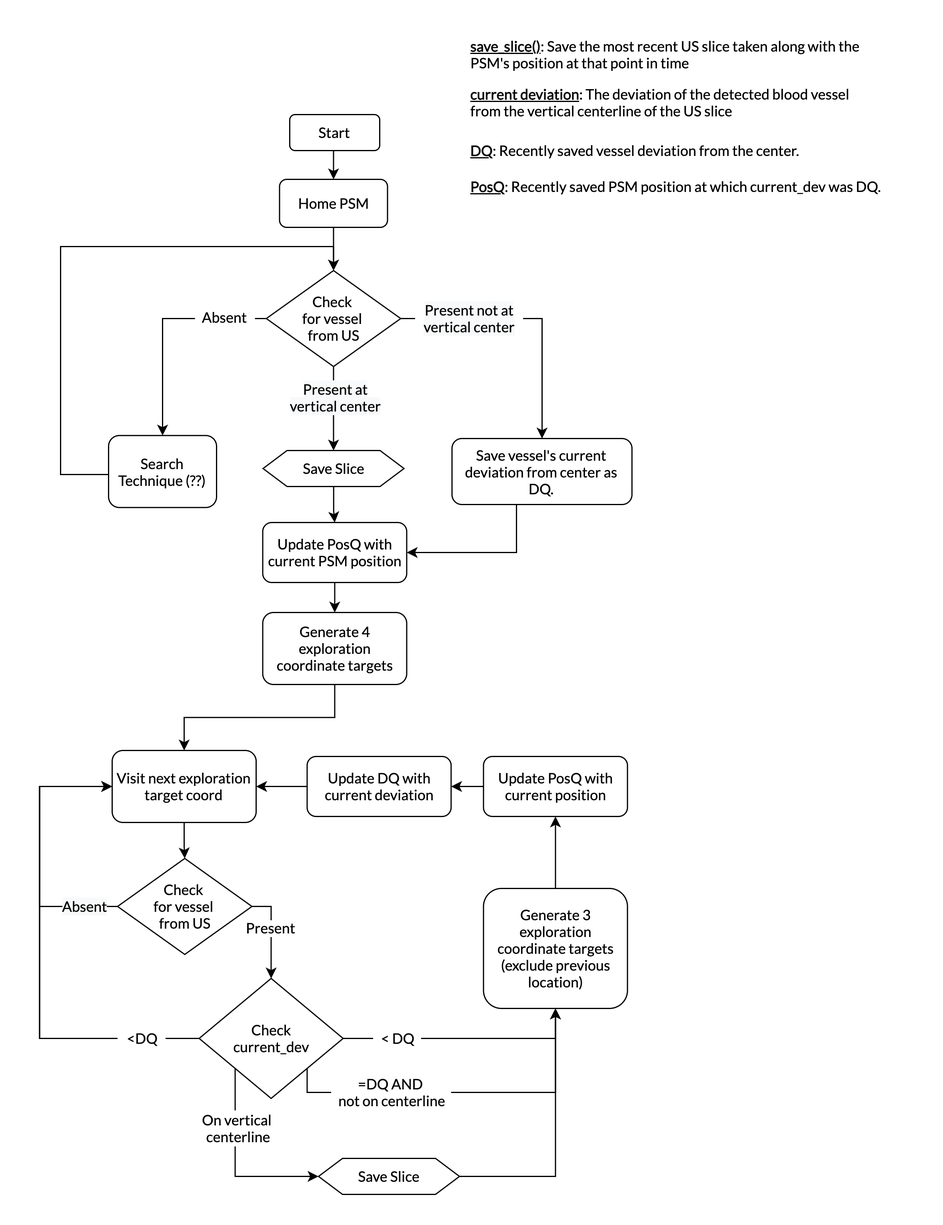
Earlier version of the draw.io export diagrams/SearchFlow.png (ZiadAbass/dvrk-meng). Source tidied: cells renumbered, new cells last; positions are measured from the earlier drawing's top-left corner, leaving out a move shared by most shapes.
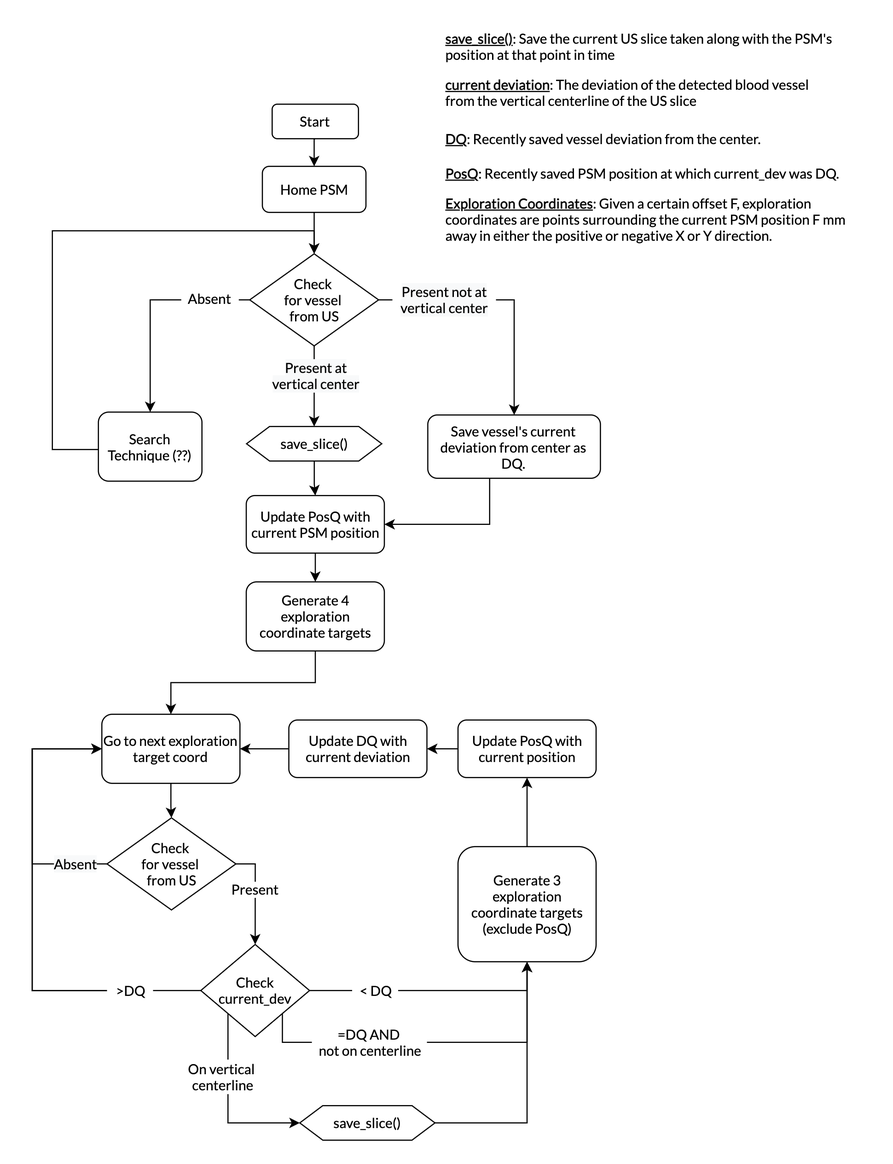
After the commit.

Commit message:
created a diagram showing what is meant by exploration points. Done with the framework for the algorithm represented by the flowchart diagram.

Change to the diagram source:
```diff
@@ -60,7 +60,7 @@
     <mxCell id="17" style="edgeStyle=orthogonalEdgeStyle;rounded=0;jettySize=auto;html=1;entryX=0.5;entryY=0;entryDx=0;entryDy=0;fontSize=12;fontFamily=Lato;fontSource=https%3A%2F%2Ffonts.googleapis.com%2Fcss%3Ffamily%3DLato;" parent="1" edge="1" source="18" target="23">
       <mxGeometry relative="1" as="geometry" />
     </mxCell>
-    <mxCell id="18" value="Visit next exploration target coord" style="rounded=1;whiteSpace=wrap;html=1;fontSize=12;fontFamily=Lato;fontSource=https%3A%2F%2Ffonts.googleapis.com%2Fcss%3Ffamily%3DLato;" parent="1" vertex="1">
+    <mxCell id="18" value="Go to next exploration target coord" style="rounded=1;whiteSpace=wrap;html=1;fontSize=12;fontFamily=Lato;fontSource=https%3A%2F%2Ffonts.googleapis.com%2Fcss%3Ffamily%3DLato;" parent="1" vertex="1">
       <mxGeometry x="61" y="600" width="120" height="60" as="geometry" />
     </mxCell>
     <mxCell id="19" style="edgeStyle=orthogonalEdgeStyle;rounded=0;jettySize=auto;html=1;exitX=1;exitY=0.5;exitDx=0;exitDy=0;entryX=0.5;entryY=0;entryDx=0;entryDy=0;fontSize=12;fontFamily=Lato;fontSource=https%3A%2F%2Ffonts.googleapis.com%2Fcss%3Ffamily%3DLato;" parent="1" edge="1" source="23" target="31">
@@ -98,13 +98,13 @@
     <mxCell id="25" style="edgeStyle=orthogonalEdgeStyle;rounded=0;jettySize=auto;html=1;exitX=0.5;exitY=0;exitDx=0;exitDy=0;entryX=0.5;entryY=1;entryDx=0;entryDy=0;fontFamily=Lato;fontSource=https%3A%2F%2Ffonts.googleapis.com%2Fcss%3Ffamily%3DLato;fontSize=12;" parent="1" edge="1" source="26" target="38">
       <mxGeometry relative="1" as="geometry" />
     </mxCell>
-    <mxCell id="26" value="Generate 3 exploration coordinate targets (exclude previous location)" style="rounded=1;whiteSpace=wrap;html=1;fontSize=12;fontFamily=Lato;fontSource=https%3A%2F%2Ffonts.googleapis.com%2Fcss%3Ffamily%3DLato;" parent="1" vertex="1">
+    <mxCell id="26" value="Generate 3 exploration coordinate targets (exclude PosQ)" style="rounded=1;whiteSpace=wrap;html=1;fontSize=12;fontFamily=Lato;fontSource=https%3A%2F%2Ffonts.googleapis.com%2Fcss%3Ffamily%3DLato;" parent="1" vertex="1">
       <mxGeometry x="370.5" y="715" width="120" height="100" as="geometry" />
     </mxCell>
     <mxCell id="27" style="edgeStyle=orthogonalEdgeStyle;rounded=0;jettySize=auto;html=1;exitX=0;exitY=1;exitDx=0;exitDy=0;entryX=0;entryY=0.5;entryDx=0;entryDy=0;fontSize=12;fontFamily=Lato;fontSource=https%3A%2F%2Ffonts.googleapis.com%2Fcss%3Ffamily%3DLato;" parent="1" edge="1" source="31" target="34">
       <mxGeometry relative="1" as="geometry">
         <Array as="points">
-          <mxPoint x="163.5" y="955" />
+          <mxPoint x="171" y="955" />
         </Array>
       </mxGeometry>
     </mxCell>
@@ -122,13 +122,13 @@
     <mxCell id="30" style="edgeStyle=orthogonalEdgeStyle;rounded=0;jettySize=auto;html=1;exitX=1;exitY=1;exitDx=0;exitDy=0;entryX=0.5;entryY=1;entryDx=0;entryDy=0;fontFamily=Lato;fontSource=https%3A%2F%2Ffonts.googleapis.com%2Fcss%3Ffamily%3DLato;fontSize=12;" parent="1" edge="1" source="31" target="26">
       <mxGeometry relative="1" as="geometry">
         <Array as="points">
-          <mxPoint x="223.5" y="885" />
-          <mxPoint x="430.5" y="885" />
+          <mxPoint x="218" y="885" />
+          <mxPoint x="431" y="885" />
         </Array>
       </mxGeometry>
     </mxCell>
     <mxCell id="31" value="Check&lt;br&gt;current_dev" style="rhombus;whiteSpace=wrap;html=1;fontSize=12;fontFamily=Lato;fontSource=https%3A%2F%2Ffonts.googleapis.com%2Fcss%3Ffamily%3DLato;" parent="1" vertex="1">
-      <mxGeometry x="133.5" y="790" width="120" height="100" as="geometry" />
+      <mxGeometry x="147" y="800" width="94.5" height="80" as="geometry" />
     </mxCell>
     <mxCell id="32" value="=DQ AND &lt;br style=&quot;font-size: 12px&quot;&gt;not on centerline" style="text;html=1;align=center;verticalAlign=middle;fillColor=#ffffff;fontSize=12;fontFamily=Lato;fontSource=https%3A%2F%2Ffonts.googleapis.com%2Fcss%3Ffamily%3DLato;" parent="1" vertex="1">
       <mxGeometry x="243.5" y="870" width="100" height="30" as="geometry" />
@@ -136,13 +136,13 @@
     <mxCell id="33" style="edgeStyle=orthogonalEdgeStyle;rounded=0;jettySize=auto;html=1;exitX=1;exitY=0.5;exitDx=0;exitDy=0;entryX=0.5;entryY=1;entryDx=0;entryDy=0;fontFamily=Lato;fontSource=https%3A%2F%2Ffonts.googleapis.com%2Fcss%3Ffamily%3DLato;fontSize=12;" parent="1" edge="1" source="34" target="26">
       <mxGeometry relative="1" as="geometry" />
     </mxCell>
-    <mxCell id="34" value="Save Slice" style="shape=hexagon;perimeter=hexagonPerimeter2;whiteSpace=wrap;html=1;fixedSize=1;fontSize=12;fontFamily=Lato;fontSource=https%3A%2F%2Ffonts.googleapis.com%2Fcss%3Ffamily%3DLato;" parent="1" vertex="1">
+    <mxCell id="34" value="save_slice()" style="shape=hexagon;perimeter=hexagonPerimeter2;whiteSpace=wrap;html=1;fixedSize=1;fontSize=12;fontFamily=Lato;fontSource=https%3A%2F%2Ffonts.googleapis.com%2Fcss%3Ffamily%3DLato;" parent="1" vertex="1">
       <mxGeometry x="233" y="940" width="117.5" height="30" as="geometry" />
     </mxCell>
     <mxCell id="35" style="edgeStyle=orthogonalEdgeStyle;rounded=0;jettySize=auto;html=1;entryX=0.5;entryY=0;entryDx=0;entryDy=0;fontSize=12;fontFamily=Lato;fontSource=https%3A%2F%2Ffonts.googleapis.com%2Fcss%3Ffamily%3DLato;" parent="1" edge="1" source="36" target="40">
       <mxGeometry relative="1" as="geometry" />
     </mxCell>
-    <mxCell id="36" value="Save Slice" style="shape=hexagon;perimeter=hexagonPerimeter2;whiteSpace=wrap;html=1;fixedSize=1;fontSize=12;fontFamily=Lato;fontSource=https%3A%2F%2Ffonts.googleapis.com%2Fcss%3Ffamily%3DLato;" parent="1" vertex="1">
+    <mxCell id="36" value="save_slice()" style="shape=hexagon;perimeter=hexagonPerimeter2;whiteSpace=wrap;html=1;fixedSize=1;fontSize=12;fontFamily=Lato;fontSource=https%3A%2F%2Ffonts.googleapis.com%2Fcss%3Ffamily%3DLato;" parent="1" vertex="1">
       <mxGeometry x="186.8" y="350" width="117.5" height="30" as="geometry" />
     </mxCell>
     <mxCell id="37" style="edgeStyle=orthogonalEdgeStyle;rounded=0;jettySize=auto;html=1;entryX=1;entryY=0.5;entryDx=0;entryDy=0;fontFamily=Lato;fontSource=https%3A%2F%2Ffonts.googleapis.com%2Fcss%3Ffamily%3DLato;fontSize=12;" parent="1" edge="1" source="38" target="47">
@@ -157,7 +157,7 @@
     <mxCell id="40" value="Update PosQ with current PSM position" style="rounded=1;whiteSpace=wrap;html=1;fontSize=12;fontFamily=Lato;fontSource=https%3A%2F%2Ffonts.googleapis.com%2Fcss%3Ffamily%3DLato;" parent="1" vertex="1">
       <mxGeometry x="186.5" y="410" width="120" height="50" as="geometry" />
     </mxCell>
-    <mxCell id="41" value="&lt;b&gt;&lt;u&gt;save_slice()&lt;/u&gt;&lt;/b&gt;: Save the most recent US slice taken along with the PSM's position at that point in time" style="text;html=1;strokeColor=none;fillColor=none;align=left;verticalAlign=middle;whiteSpace=wrap;rounded=0;fontSize=12;fontFamily=Lato;fontSource=https%3A%2F%2Ffonts.googleapis.com%2Fcss%3Ffamily%3DLato;" parent="1" vertex="1">
+    <mxCell id="41" value="&lt;b&gt;&lt;u&gt;save_slice()&lt;/u&gt;&lt;/b&gt;: Save the current US slice taken along with the PSM's position at that point in time" style="text;html=1;strokeColor=none;fillColor=none;align=left;verticalAlign=middle;whiteSpace=wrap;rounded=0;fontSize=12;fontFamily=Lato;fontSource=https%3A%2F%2Ffonts.googleapis.com%2Fcss%3Ffamily%3DLato;" parent="1" vertex="1">
       <mxGeometry x="358" width="340" height="40" as="geometry" />
     </mxCell>
     <mxCell id="42" value="&lt;b&gt;&lt;u&gt;current deviation&lt;/u&gt;&lt;/b&gt;: The deviation of the detected blood vessel from the vertical centerline of the US slice" style="text;html=1;strokeColor=none;fillColor=none;align=left;verticalAlign=middle;whiteSpace=wrap;rounded=0;fontSize=12;fontFamily=Lato;fontSource=https%3A%2F%2Ffonts.googleapis.com%2Fcss%3Ffamily%3DLato;" parent="1" vertex="1">
@@ -169,7 +169,7 @@
     <mxCell id="44" value="On vertical &lt;br style=&quot;font-size: 12px;&quot;&gt;centerline" style="text;html=1;align=center;verticalAlign=middle;fillColor=#ffffff;fontSize=12;fontFamily=Lato;fontSource=https%3A%2F%2Ffonts.googleapis.com%2Fcss%3Ffamily%3DLato;" parent="1" vertex="1">
       <mxGeometry x="130.5" y="900" width="70" height="30" as="geometry" />
     </mxCell>
-    <mxCell id="45" value="&amp;lt;DQ" style="text;html=1;align=center;verticalAlign=middle;points=[];fillColor=#ffffff;fontSize=12;fontFamily=Lato;fontSource=https%3A%2F%2Ffonts.googleapis.com%2Fcss%3Ffamily%3DLato;" parent="1" vertex="1">
+    <mxCell id="45" value="&amp;gt;DQ" style="text;html=1;align=center;verticalAlign=middle;points=[];fillColor=#ffffff;fontSize=12;fontFamily=Lato;fontSource=https%3A%2F%2Ffonts.googleapis.com%2Fcss%3Ffamily%3DLato;" parent="1" vertex="1">
       <mxGeometry x="65.5" y="830" width="40" height="20" as="geometry" />
     </mxCell>
     <mxCell id="46" style="edgeStyle=orthogonalEdgeStyle;rounded=0;jettySize=auto;html=1;fontFamily=Lato;fontSource=https%3A%2F%2Ffonts.googleapis.com%2Fcss%3Ffamily%3DLato;fontSize=12;" parent="1" edge="1" source="47" target="18">
@@ -190,5 +190,8 @@
     <mxCell id="51" value="&lt;meta charset=&quot;utf-8&quot;&gt;&lt;span style=&quot;color: rgb(0, 0, 0); font-family: lato; font-size: 12px; font-style: normal; font-weight: 400; letter-spacing: normal; text-indent: 0px; text-transform: none; word-spacing: 0px; background-color: rgb(248, 249, 250);&quot;&gt;Present not at&lt;/span&gt;&lt;br style=&quot;color: rgb(0, 0, 0); font-family: lato; font-size: 12px; font-style: normal; font-weight: 400; letter-spacing: normal; text-indent: 0px; text-transform: none; word-spacing: 0px; background-color: rgb(248, 249, 250);&quot;&gt;&lt;span style=&quot;color: rgb(0, 0, 0); font-family: lato; font-size: 12px; font-style: normal; font-weight: 400; letter-spacing: normal; text-indent: 0px; text-transform: none; word-spacing: 0px; background-color: rgb(248, 249, 250);&quot;&gt;vertical center&lt;/span&gt;" style="text;whiteSpace=wrap;html=1;fontSize=12;fontFamily=Lato;align=center;fillColor=#ffffff;" parent="1" vertex="1">
       <mxGeometry x="313.5" y="220" width="90" height="40" as="geometry" />
     </mxCell>
+    <mxCell id="52" value="&lt;b&gt;&lt;u&gt;Exploration Coordinates&lt;/u&gt;&lt;/b&gt;: Given a certain offset F, exploration coordinates are points surrounding the current PSM position F mm away in either the positive or negative X or Y direction." style="text;html=1;strokeColor=none;fillColor=none;align=left;verticalAlign=middle;whiteSpace=wrap;rounded=0;fontSize=12;fontFamily=Lato;fontSource=https%3A%2F%2Ffonts.googleapis.com%2Fcss%3Ffamily%3DLato;" parent="1" vertex="1">
+      <mxGeometry x="358" y="150" width="370" height="40" as="geometry" />
+    </mxCell>
   </root>
 </mxGraphModel>
```
